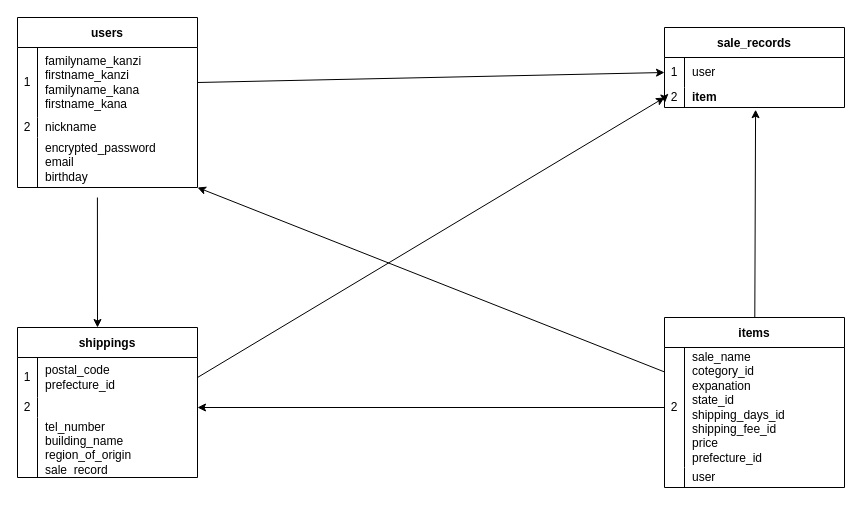
The draw.io diagram furima.dio in waiwaitarou/furima-41380, before the edit. Source tidied: cells renumbered, new cells numbered last; positions are measured from the earlier drawing's top-left corner, leaving out a move shared by most shapes. Both pictures are drawn from the tidied source at 100%, with x=0, y=0 at pixel (17, 17).
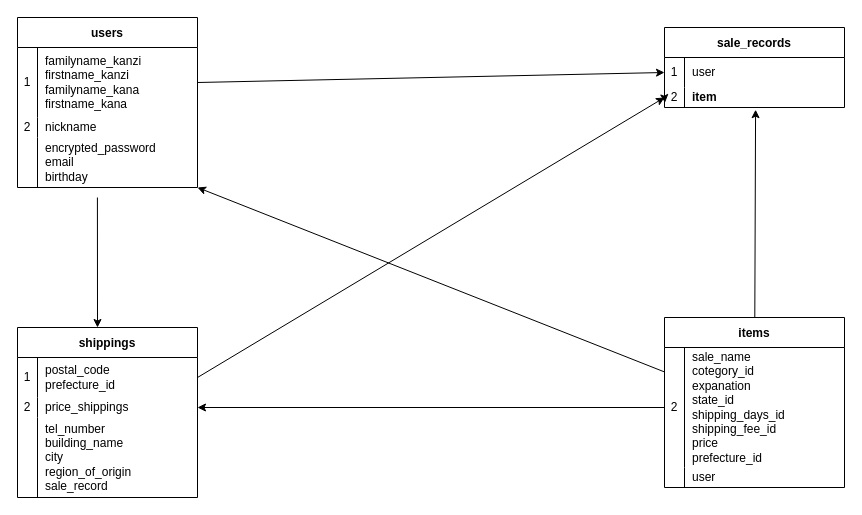
The same diagram, later.

Unchanged cells that the change refers to:
```xml
<mxCell id="32" style="shape=tableRow;horizontal=0;startSize=0;swimlaneHead=0;swimlaneBody=0;top=0;left=0;bottom=0;right=0;fillColor=none;points=[[0,0.5],[1,0.5]];portConstraint=eastwest;" parent="28" vertex="1">
  <mxGeometry y="70" width="180" height="20" as="geometry" />
</mxCell>
```

The edit, as a diff of the source:
```diff
@@
     <mxCell id="28" value="shippings" style="shape=table;startSize=30;childLayout=tableLayout;rowLines=0;fontStyle=1;" parent="1" vertex="1">
-      <mxGeometry y="310" width="180" height="150" as="geometry" />
+      <mxGeometry y="310" width="180" height="170" as="geometry" />
     </mxCell>
@@
-    <mxCell id="34" style="shape=partialRectangle;html=1;whiteSpace=wrap;fillColor=none;top=0;left=0;bottom=0;right=0;align=left;spacingLeft=6;overflow=hidden;" parent="32" vertex="1">
+    <mxCell id="34" value="price_shippings" style="shape=partialRectangle;html=1;whiteSpace=wrap;fillColor=none;top=0;left=0;bottom=0;right=0;align=left;spacingLeft=6;overflow=hidden;" parent="32" vertex="1">
       <mxGeometry x="20" width="160" height="20" as="geometry" />
     </mxCell>
     <mxCell id="35" style="shape=tableRow;horizontal=0;startSize=0;swimlaneHead=0;swimlaneBody=0;top=0;left=0;bottom=0;right=0;fillColor=none;" parent="28" vertex="1">
-      <mxGeometry y="90" width="180" height="60" as="geometry" />
+      <mxGeometry y="90" width="180" height="80" as="geometry" />
     </mxCell>
     <mxCell id="36" style="shape=partialRectangle;html=1;whiteSpace=wrap;fillColor=none;top=0;left=0;bottom=0;right=0;overflow=hidden;" parent="35" vertex="1">
-      <mxGeometry width="20" height="60" as="geometry" />
+      <mxGeometry width="20" height="80" as="geometry" />
     </mxCell>
-    <mxCell id="37" value="tel_number&lt;br&gt;building_name&lt;br&gt;region_of_origin&lt;br&gt;sale_record" style="shape=partialRectangle;html=1;whiteSpace=wrap;fillColor=none;top=0;left=0;bottom=0;right=0;align=left;spacingLeft=6;overflow=hidden;" parent="35" vertex="1">
-      <mxGeometry x="20" width="160" height="60" as="geometry" />
+    <mxCell id="37" value="tel_number&lt;br&gt;building_name&lt;br&gt;city&lt;br&gt;region_of_origin&lt;br&gt;sale_record" style="shape=partialRectangle;html=1;whiteSpace=wrap;fillColor=none;top=0;left=0;bottom=0;right=0;align=left;spacingLeft=6;overflow=hidden;" parent="35" vertex="1">
+      <mxGeometry x="20" width="160" height="80" as="geometry" />
     </mxCell>
```
